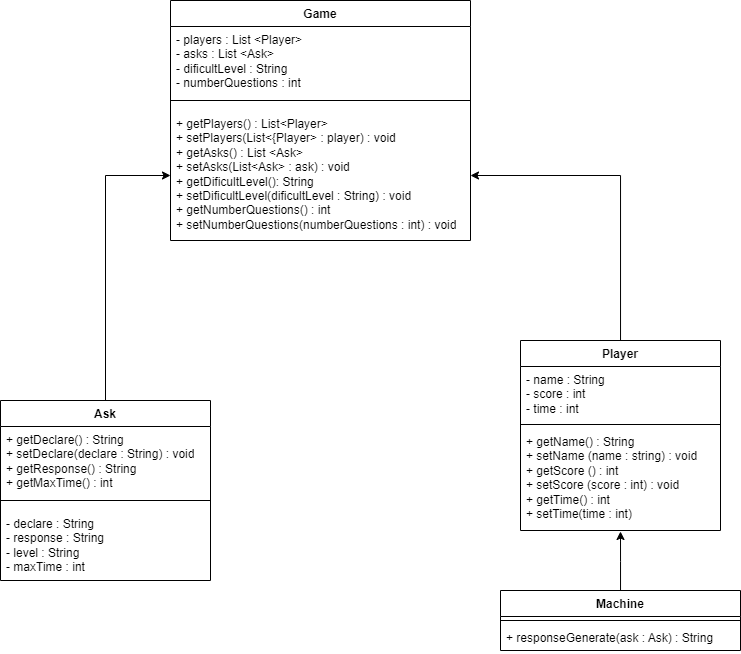
Earlier version of the draw.io export docs/UML.png (essanjic/Num-Battlers). Source tidied: cells renumbered, new cells last; positions are measured from the earlier drawing's top-left corner, leaving out a move shared by most shapes.
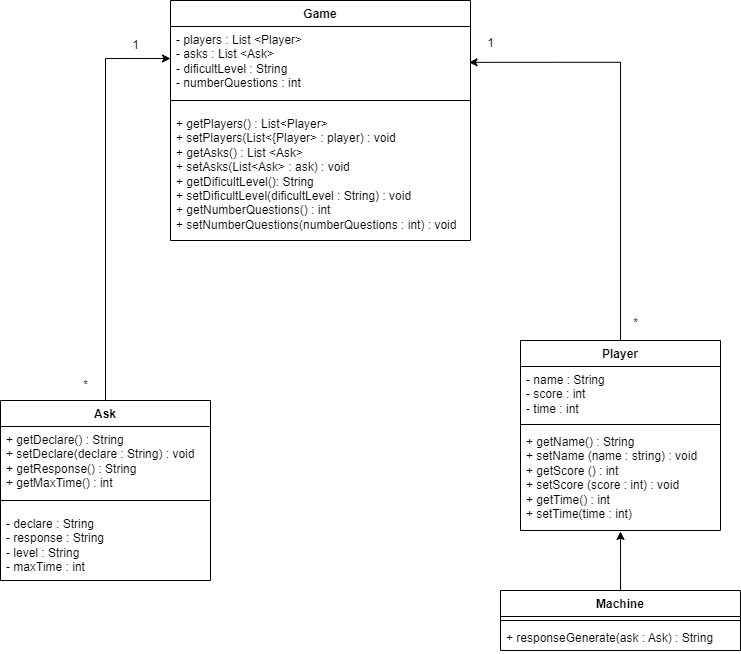
After the change.

Commit message:
feat: adding relations in diagram

Change to the diagram source:
```diff
@@ -2,7 +2,7 @@
   <root>
     <mxCell id="0" />
     <mxCell id="1" parent="0" />
-    <mxCell id="2" style="edgeStyle=orthogonalEdgeStyle;rounded=0;jettySize=auto;html=1;entryX=1;entryY=0.5;entryDx=0;entryDy=0;" parent="1" edge="1" source="3" target="19">
+    <mxCell id="2" style="edgeStyle=orthogonalEdgeStyle;rounded=0;jettySize=auto;html=1;entryX=0.995;entryY=0.56;entryDx=0;entryDy=0;entryPerimeter=0;" parent="1" edge="1" source="3" target="17">
       <mxGeometry relative="1" as="geometry" />
     </mxCell>
     <mxCell id="3" value="Player" style="swimlane;fontStyle=1;align=center;verticalAlign=top;horizontal=1;startSize=26;whiteSpace=wrap;html=1;" parent="1" vertex="1">
@@ -17,7 +17,7 @@
     <mxCell id="6" value="+ getName() : String&lt;br&gt;+ setName (name : string) : void&lt;br&gt;+ getScore () : int&lt;br&gt;+ setScore (score : int) : void&lt;br&gt;+ getTime() : int&lt;br&gt;+ setTime(time : int)" style="text;strokeColor=none;fillColor=none;align=left;verticalAlign=top;spacingLeft=4;spacingRight=4;overflow=hidden;whiteSpace=wrap;html=1;" parent="3" vertex="1">
       <mxGeometry y="88" width="200" height="102" as="geometry" />
     </mxCell>
-    <mxCell id="7" style="edgeStyle=orthogonalEdgeStyle;rounded=0;jettySize=auto;html=1;exitX=0.5;exitY=0;exitDx=0;exitDy=0;" parent="1" edge="1" source="8" target="19">
+    <mxCell id="7" style="edgeStyle=orthogonalEdgeStyle;rounded=0;jettySize=auto;html=1;exitX=0.5;exitY=0;exitDx=0;exitDy=0;entryX=0;entryY=0.5;entryDx=0;entryDy=0;" parent="1" edge="1" source="8" target="17">
       <mxGeometry relative="1" as="geometry" />
     </mxCell>
     <mxCell id="8" value="Ask" style="swimlane;fontStyle=1;align=center;verticalAlign=top;horizontal=1;startSize=26;whiteSpace=wrap;html=1;" parent="1" vertex="1">
@@ -58,5 +58,17 @@
     <mxCell id="19" value="+ getPlayers() : List&amp;lt;Player&amp;gt;&lt;br&gt;+ setPlayers(List&amp;lt;{Player&amp;gt; : player) : void&lt;br&gt;+ getAsks() : List &amp;lt;Ask&amp;gt;&lt;br&gt;+ setAsks(List&amp;lt;Ask&amp;gt; : ask) : void&lt;br&gt;+ getDificultLevel(): String&lt;br&gt;+ setDificultLevel(dificultLevel : String) : void&lt;br&gt;+ getNumberQuestions() : int&lt;br&gt;+ setNumberQuestions(numberQuestions : int) : void" style="text;strokeColor=none;fillColor=none;align=left;verticalAlign=top;spacingLeft=4;spacingRight=4;overflow=hidden;points=[[0,0.5],[1,0.5]];portConstraint=eastwest;html=1;whiteSpace=wrap;" parent="16" vertex="1">
       <mxGeometry y="110" width="300" height="130" as="geometry" />
     </mxCell>
+    <mxCell id="20" value="1" style="text;html=1;align=center;verticalAlign=middle;strokeColor=none;fillColor=none;" parent="1" vertex="1">
+      <mxGeometry x="120" y="30" width="30" height="30" as="geometry" />
+    </mxCell>
+    <mxCell id="21" value="*" style="text;html=1;align=center;verticalAlign=middle;strokeColor=none;fillColor=none;" parent="1" vertex="1">
+      <mxGeometry x="70" y="370" width="30" height="30" as="geometry" />
+    </mxCell>
+    <mxCell id="22" value="1" style="text;html=1;align=center;verticalAlign=middle;strokeColor=none;fillColor=none;" parent="1" vertex="1">
+      <mxGeometry x="475" y="28" width="30" height="30" as="geometry" />
+    </mxCell>
+    <mxCell id="23" value="*" style="text;html=1;align=center;verticalAlign=middle;strokeColor=none;fillColor=none;" parent="1" vertex="1">
+      <mxGeometry x="620" y="308" width="30" height="30" as="geometry" />
+    </mxCell>
   </root>
 </mxGraphModel>
```
